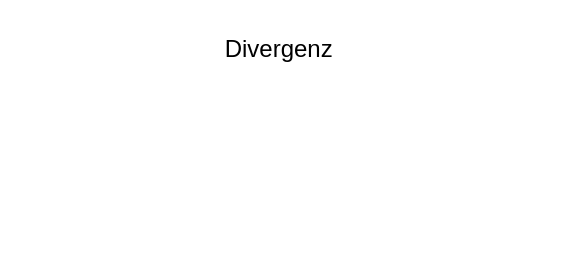
Before: _Sonstige_/Diagramme/XML/Divergenz.drawio in Maxbleibtgeheim/WBS-Norderstedt, a draw.io diagram. Source tidied: cells renumbered, new cells numbered last; positions are measured from the earlier drawing's top-left corner, leaving out a move shared by most shapes. Both pictures are drawn from the tidied source at 150%, with x=0, y=0 at pixel (237, 26).
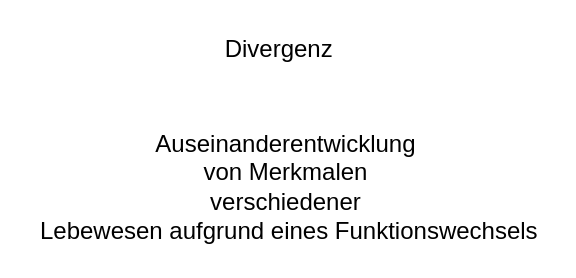
After the change.

Change to the diagram source:
```diff
@@
 <mxGraphModel>
   <root>
     <mxCell id="0" />
     <mxCell id="1" parent="0" />
     <mxCell id="2" value="Divergenz&amp;nbsp;" style="text;strokeColor=none;fillColor=none;html=1;align=center;verticalAlign=middle;whiteSpace=wrap;rounded=0;fontSize=16;" parent="1" vertex="1">
       <mxGeometry width="60" height="30" as="geometry" />
     </mxCell>
+    <mxCell id="3" value="Auseinanderentwicklung&amp;nbsp;&lt;div&gt;von Merkmalen&amp;nbsp;&lt;/div&gt;&lt;div&gt;verschiedener&amp;nbsp;&lt;/div&gt;&lt;div&gt;Lebewesen aufgrund eines Funktionswechsels&lt;/div&gt;" style="text;html=1;align=center;verticalAlign=middle;strokeColor=none;fillColor=none;fontSize=16;" parent="1" vertex="1">
+      <mxGeometry x="-141.5" y="62.5" width="350" height="88" as="geometry" />
+    </mxCell>
   </root>
 </mxGraphModel>
```
